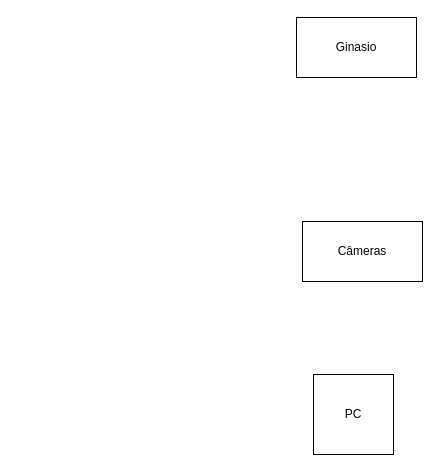
Martins03/ESS keeps this draw.io diagram as Diagrama sem nome.drawio. Above is the earlier version. Source tidied: cells renumbered, new cells numbered last; positions are measured from the earlier drawing's top-left corner, leaving out a move shared by most shapes. Both pictures are drawn from the tidied source at 100%, with x=0, y=0 at pixel (296, 17).
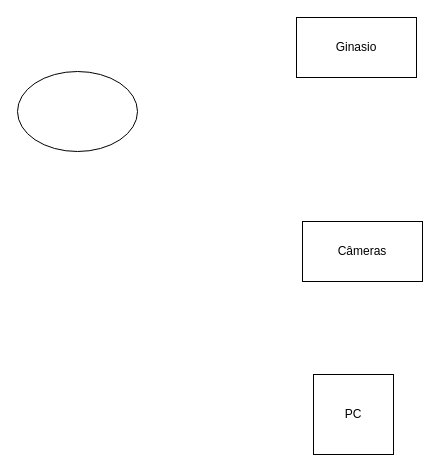
The same page after the edit.

Diff of the diagram source:
```diff
@@
 <mxGraphModel>
   <root>
     <mxCell id="0" />
     <mxCell id="1" parent="0" />
     <mxCell id="2" value="Ginasio" style="rounded=0;whiteSpace=wrap;html=1;" parent="1" vertex="1">
       <mxGeometry width="120" height="60" as="geometry" />
     </mxCell>
     <mxCell id="3" value="Câmeras" style="rounded=0;whiteSpace=wrap;html=1;" parent="1" vertex="1">
       <mxGeometry x="6" y="204" width="120" height="60" as="geometry" />
     </mxCell>
     <mxCell id="4" value="PC" style="whiteSpace=wrap;html=1;" parent="1" vertex="1">
       <mxGeometry x="17" y="357" width="80" height="80" as="geometry" />
     </mxCell>
+    <mxCell id="5" style="ellipse;whiteSpace=wrap;html=1;" parent="1" vertex="1">
+      <mxGeometry x="-279" y="54" width="120" height="80" as="geometry" />
+    </mxCell>
   </root>
 </mxGraphModel>
```
